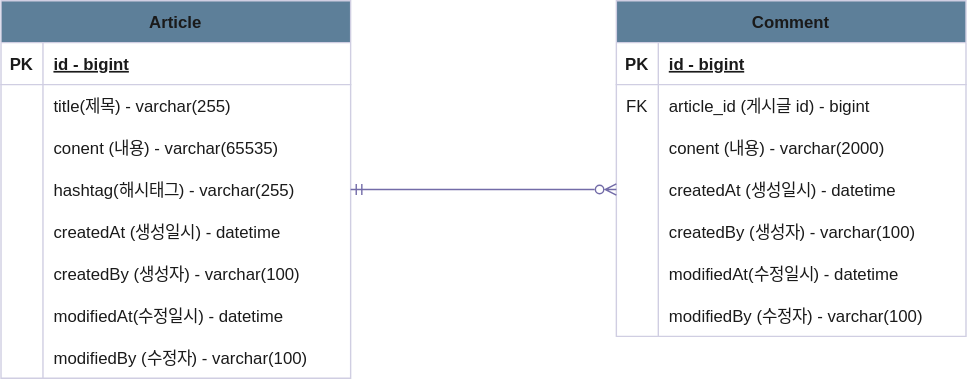
Above: document/erd.svg in leewg97/board-project (draw.io), before the change. Source tidied: cells renumbered, new cells last; positions are measured from the earlier drawing's top-left corner, leaving out a move shared by most shapes.
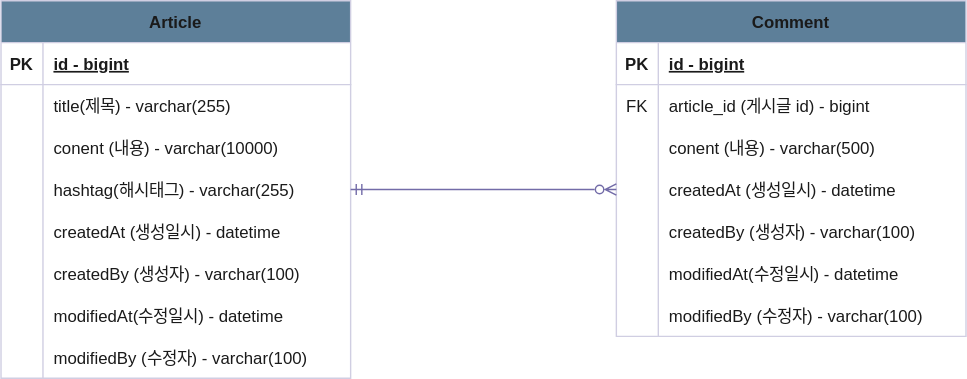
The same file after the commit.

Commit message:
Docs #3 : Update erd * content size 축소

Change to the diagram source:
```diff
@@ -29,7 +29,7 @@
     <mxCell id="10" style="shape=partialRectangle;fillColor=none;top=0;left=0;bottom=0;right=0;overflow=hidden;strokeColor=#D0CEE2;fontColor=#1A1A1A;" parent="9" vertex="1">
       <mxGeometry width="30" height="30" as="geometry" />
     </mxCell>
-    <mxCell id="11" value="conent (내용) - varchar(65535)" style="shape=partialRectangle;fillColor=none;top=0;left=0;bottom=0;right=0;align=left;spacingLeft=6;overflow=hidden;strokeColor=#D0CEE2;fontColor=#1A1A1A;" parent="9" vertex="1">
+    <mxCell id="11" value="conent (내용) - varchar(10000)" style="shape=partialRectangle;fillColor=none;top=0;left=0;bottom=0;right=0;align=left;spacingLeft=6;overflow=hidden;strokeColor=#D0CEE2;fontColor=#1A1A1A;" parent="9" vertex="1">
       <mxGeometry x="30" width="220" height="30" as="geometry" />
     </mxCell>
     <mxCell id="12" style="shape=tableRow;horizontal=0;startSize=0;swimlaneHead=0;swimlaneBody=0;fillColor=none;points=[[0,0.5],[1,0.5]];portConstraint=eastwest;top=0;left=0;right=0;bottom=0;strokeColor=#D0CEE2;fontColor=#1A1A1A;" parent="2" vertex="1">
@@ -104,7 +104,7 @@
     <mxCell id="35" style="shape=partialRectangle;fillColor=none;top=0;left=0;bottom=0;right=0;overflow=hidden;strokeColor=#D0CEE2;fontColor=#1A1A1A;" parent="34" vertex="1">
       <mxGeometry width="30" height="30" as="geometry" />
     </mxCell>
-    <mxCell id="36" value="conent (내용) - varchar(2000)" style="shape=partialRectangle;fillColor=none;top=0;left=0;bottom=0;right=0;align=left;spacingLeft=6;overflow=hidden;strokeColor=#D0CEE2;fontColor=#1A1A1A;" parent="34" vertex="1">
+    <mxCell id="36" value="conent (내용) - varchar(500)" style="shape=partialRectangle;fillColor=none;top=0;left=0;bottom=0;right=0;align=left;spacingLeft=6;overflow=hidden;strokeColor=#D0CEE2;fontColor=#1A1A1A;" parent="34" vertex="1">
       <mxGeometry x="30" width="220" height="30" as="geometry" />
     </mxCell>
     <mxCell id="37" style="shape=tableRow;horizontal=0;startSize=0;swimlaneHead=0;swimlaneBody=0;fillColor=none;points=[[0,0.5],[1,0.5]];portConstraint=eastwest;top=0;left=0;right=0;bottom=0;strokeColor=#D0CEE2;fontColor=#1A1A1A;" parent="27" vertex="1">
```
